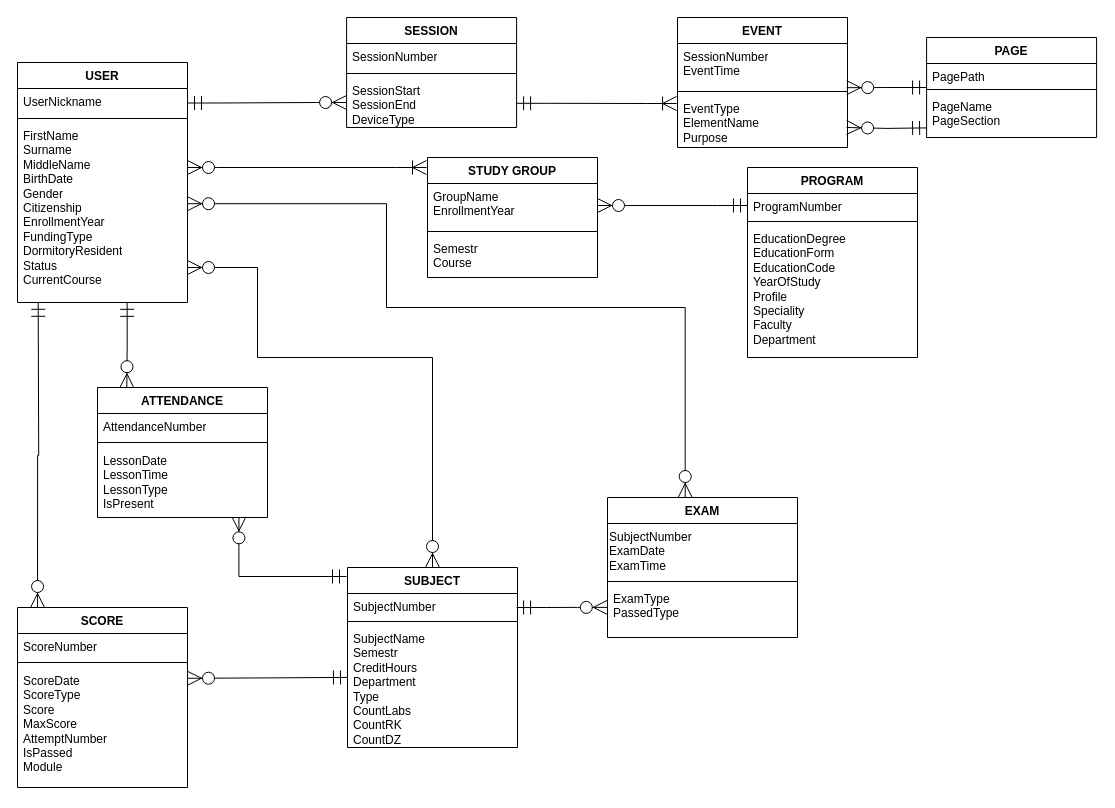
The draw.io diagram er_model.drawio in fedkit/Edu_Analytics_System, before the edit. Source tidied: cells renumbered, new cells numbered last; positions are measured from the earlier drawing's top-left corner, leaving out a move shared by most shapes. Both pictures are drawn from the tidied source at 100%, with x=0, y=0 at pixel (17, 17).
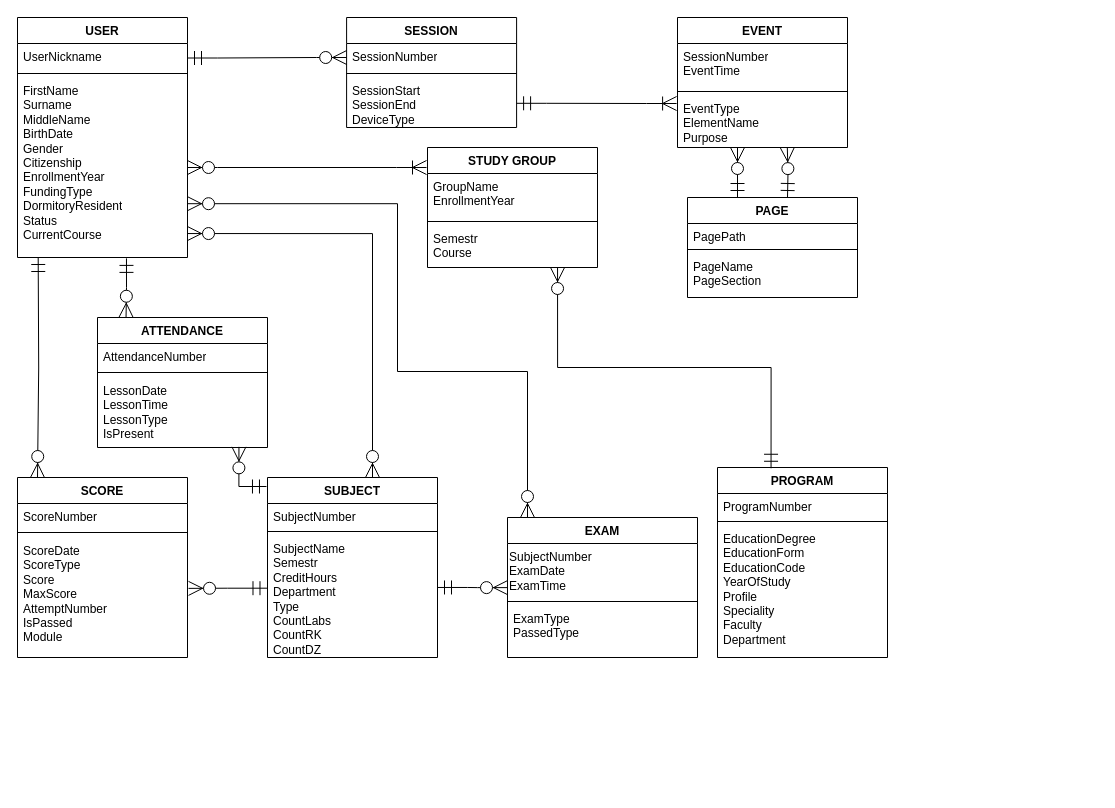
Above is the later version.

Unchanged cells that the change refers to:
```xml
<mxCell id="5" value="&lt;div&gt;FirstName&lt;/div&gt;&lt;div&gt;Surname&lt;/div&gt;&lt;div&gt;MiddleName&lt;/div&gt;&lt;div&gt;BirthDate&lt;/div&gt;&lt;div&gt;Gender&lt;/div&gt;&lt;div&gt;Citizenship&lt;/div&gt;&lt;div&gt;EnrollmentYear&lt;/div&gt;&lt;div&gt;FundingType&lt;/div&gt;&lt;div&gt;DormitoryResident&lt;/div&gt;&lt;div&gt;Status&lt;/div&gt;&lt;div&gt;CurrentCourse&lt;/div&gt;" style="text;strokeColor=none;fillColor=none;align=left;verticalAlign=top;spacingLeft=4;spacingRight=4;overflow=hidden;points=[[0,0.5],[1,0.5]];portConstraint=eastwest;whiteSpace=wrap;html=1;" parent="2" vertex="1">
  <mxGeometry y="60" width="170" height="180" as="geometry" />
</mxCell>
<mxCell id="9" value="SessionStart&lt;div&gt;SessionEnd&lt;/div&gt;&lt;div&gt;DeviceType&lt;/div&gt;&lt;div&gt;&lt;div&gt;&lt;br&gt;&lt;/div&gt;&lt;/div&gt;" style="text;strokeColor=none;fillColor=none;align=left;verticalAlign=top;spacingLeft=4;spacingRight=4;overflow=hidden;points=[[0,0.5],[1,0.5]];portConstraint=eastwest;whiteSpace=wrap;html=1;" parent="6" vertex="1">
  <mxGeometry y="60" width="170" height="50" as="geometry" />
</mxCell>
<mxCell id="13" value="&lt;div&gt;&lt;span style=&quot;background-color: transparent; color: light-dark(rgb(0, 0, 0), rgb(255, 255, 255));&quot;&gt;EventType&lt;/span&gt;&lt;/div&gt;&lt;div&gt;ElementName&lt;/div&gt;&lt;div&gt;Purpose&lt;/div&gt;&lt;div&gt;&lt;br&gt;&lt;/div&gt;" style="text;strokeColor=none;fillColor=none;align=left;verticalAlign=top;spacingLeft=4;spacingRight=4;overflow=hidden;points=[[0,0.5],[1,0.5]];portConstraint=eastwest;whiteSpace=wrap;html=1;" parent="10" vertex="1">
  <mxGeometry y="78" width="170" height="52" as="geometry" />
</mxCell>
<mxCell id="19" value="GroupName&lt;div&gt;&lt;div&gt;EnrollmentYear&lt;/div&gt;&lt;/div&gt;&lt;div&gt;&lt;br&gt;&lt;/div&gt;" style="text;strokeColor=none;fillColor=none;align=left;verticalAlign=top;spacingLeft=4;spacingRight=4;overflow=hidden;points=[[0,0.5],[1,0.5]];portConstraint=eastwest;whiteSpace=wrap;html=1;" parent="18" vertex="1">
  <mxGeometry y="26" width="170" height="44" as="geometry" />
</mxCell>
<mxCell id="21" value="&lt;div&gt;&lt;span style=&quot;background-color: transparent; color: light-dark(rgb(0, 0, 0), rgb(255, 255, 255));&quot;&gt;Semestr&lt;/span&gt;&lt;/div&gt;&lt;div&gt;Course&lt;span style=&quot;background-color: transparent; color: light-dark(rgb(0, 0, 0), rgb(255, 255, 255));&quot;&gt;&lt;/span&gt;&lt;/div&gt;" style="text;strokeColor=none;fillColor=none;align=left;verticalAlign=top;spacingLeft=4;spacingRight=4;overflow=hidden;points=[[0,0.5],[1,0.5]];portConstraint=eastwest;whiteSpace=wrap;html=1;" parent="18" vertex="1">
  <mxGeometry y="78" width="170" height="42" as="geometry" />
</mxCell>
<mxCell id="25" value="&lt;div&gt;SubjectName&lt;/div&gt;&lt;div&gt;Semestr&lt;/div&gt;&lt;div&gt;CreditHours&lt;/div&gt;&lt;div&gt;&lt;span style=&quot;white-space-collapse: preserve;&quot;&gt;Department&lt;/span&gt;&lt;/div&gt;&lt;div&gt;&lt;span style=&quot;white-space-collapse: preserve;&quot;&gt;Type&lt;/span&gt;&lt;/div&gt;&lt;div&gt;&lt;span style=&quot;white-space-collapse: preserve;&quot;&gt;CountLabs&lt;/span&gt;&lt;/div&gt;&lt;div&gt;&lt;span style=&quot;white-space-collapse: preserve;&quot;&gt;CountRK&lt;/span&gt;&lt;/div&gt;&lt;div&gt;&lt;span style=&quot;white-space-collapse: preserve;&quot;&gt;CountDZ&lt;/span&gt;&lt;/div&gt;" style="text;strokeColor=none;fillColor=none;align=left;verticalAlign=top;spacingLeft=4;spacingRight=4;overflow=hidden;points=[[0,0.5],[1,0.5]];portConstraint=eastwest;whiteSpace=wrap;html=1;" parent="22" vertex="1">
  <mxGeometry y="58" width="170" height="122" as="geometry" />
</mxCell>
<mxCell id="39" value="ProgramNumber" style="text;strokeColor=none;fillColor=none;align=left;verticalAlign=top;spacingLeft=4;spacingRight=4;overflow=hidden;points=[[0,0.5],[1,0.5]];portConstraint=eastwest;whiteSpace=wrap;html=1;" parent="38" vertex="1">
  <mxGeometry y="26" width="170" height="24" as="geometry" />
</mxCell>
<mxCell id="44" value="SubjectNumber&lt;div&gt;ExamDate&lt;/div&gt;&lt;div&gt;ExamTime&lt;/div&gt;" style="text;whiteSpace=wrap;html=1;" parent="43" vertex="1">
  <mxGeometry y="26" width="190" height="54" as="geometry" />
</mxCell>
<mxCell id="46" value="ExamType&lt;div&gt;PassedType&lt;/div&gt;" style="text;strokeColor=none;fillColor=none;align=left;verticalAlign=top;spacingLeft=4;spacingRight=4;overflow=hidden;points=[[0,0.5],[1,0.5]];portConstraint=eastwest;whiteSpace=wrap;html=1;" parent="43" vertex="1">
  <mxGeometry y="88" width="190" height="52" as="geometry" />
</mxCell>
<mxCell id="52" value="&lt;div&gt;&lt;span style=&quot;background-color: transparent; color: light-dark(rgb(0, 0, 0), rgb(255, 255, 255));&quot;&gt;ScoreDate&lt;/span&gt;&lt;/div&gt;&lt;div&gt;ScoreType&lt;/div&gt;&lt;div&gt;Score&lt;/div&gt;&lt;div&gt;MaxScore&lt;/div&gt;&lt;div&gt;AttemptNumber&lt;/div&gt;&lt;div&gt;IsPassed&lt;/div&gt;&lt;div&gt;Module&lt;/div&gt;" style="text;strokeColor=none;fillColor=none;align=left;verticalAlign=top;spacingLeft=4;spacingRight=4;overflow=hidden;points=[[0,0.5],[1,0.5]];portConstraint=eastwest;whiteSpace=wrap;html=1;" parent="49" vertex="1">
  <mxGeometry y="60" width="170" height="120" as="geometry" />
</mxCell>
```

What changed in the source:
```diff
@@
     <mxCell id="2" value="USER" style="swimlane;fontStyle=1;align=center;verticalAlign=top;horizontal=1;startSize=26;whiteSpace=wrap;html=1;" parent="1" vertex="1">
-      <mxGeometry y="45" width="170" height="240" as="geometry" />
+      <mxGeometry width="170" height="240" as="geometry" />
     </mxCell>
@@
     <mxCell id="14" value="PAGE" style="swimlane;fontStyle=1;align=center;verticalAlign=top;horizontal=1;startSize=26;whiteSpace=wrap;html=1;" parent="1" vertex="1">
-      <mxGeometry x="909.1" y="20" width="170" height="100" as="geometry" />
+      <mxGeometry x="670" y="180" width="170" height="100" as="geometry" />
     </mxCell>
@@
     <mxCell id="18" value="STUDY GROUP" style="swimlane;fontStyle=1;align=center;verticalAlign=top;horizontal=1;startSize=26;whiteSpace=wrap;html=1;" parent="1" vertex="1">
-      <mxGeometry x="410" y="140" width="170" height="120" as="geometry" />
+      <mxGeometry x="410" y="130" width="170" height="120" as="geometry" />
     </mxCell>
@@
     <mxCell id="22" value="SUBJECT" style="swimlane;fontStyle=1;align=center;verticalAlign=top;horizontal=1;startSize=26;whiteSpace=wrap;html=1;" parent="1" vertex="1">
-      <mxGeometry x="330" y="550" width="170" height="180" as="geometry" />
+      <mxGeometry x="250" y="460" width="170" height="180" as="geometry" />
     </mxCell>
@@
     <mxCell id="26" value="ATTENDANCE" style="swimlane;fontStyle=1;align=center;verticalAlign=top;horizontal=1;startSize=26;whiteSpace=wrap;html=1;" parent="1" vertex="1">
-      <mxGeometry x="80" y="370" width="170" height="130" as="geometry" />
+      <mxGeometry x="80" y="300" width="170" height="130" as="geometry" />
     </mxCell>
@@
-    <mxCell id="30" style="edgeStyle=entityRelationEdgeStyle;fontSize=12;html=1;endArrow=ERzeroToMany;startArrow=ERmandOne;rounded=0;entryX=0;entryY=0.5;entryDx=0;entryDy=0;spacingTop=2;labelPosition=center;verticalLabelPosition=top;align=center;verticalAlign=bottom;startSize=12;endSize=12;exitX=1.005;exitY=0.225;exitDx=0;exitDy=0;exitPerimeter=0;" parent="1" edge="1" target="9">
+    <mxCell id="30" style="edgeStyle=entityRelationEdgeStyle;fontSize=12;html=1;endArrow=ERzeroToMany;startArrow=ERmandOne;rounded=0;entryX=0;entryY=0.5;entryDx=0;entryDy=0;spacingTop=2;labelPosition=center;verticalLabelPosition=top;align=center;verticalAlign=bottom;startSize=12;endSize=12;exitX=1.005;exitY=0.225;exitDx=0;exitDy=0;exitPerimeter=0;" parent="1" edge="1">
       <mxGeometry relative="1" as="geometry">
-        <mxPoint x="170" y="85.5" as="sourcePoint" />
+        <mxPoint x="170" y="40.5" as="sourcePoint" />
+        <mxPoint x="329.2" y="40" as="targetPoint" />
       </mxGeometry>
     </mxCell>
-    <mxCell id="31" style="edgeStyle=orthogonalEdgeStyle;fontSize=12;html=1;endArrow=ERzeroToMany;startArrow=ERmandOne;rounded=0;entryX=1.012;entryY=0.851;entryDx=0;entryDy=0;startSize=12;endSize=12;entryPerimeter=0;sourcePerimeterSpacing=12;exitX=0;exitY=0.5;exitDx=0;exitDy=0;" parent="1" edge="1" source="14">
+    <mxCell id="31" style="edgeStyle=orthogonalEdgeStyle;fontSize=12;html=1;endArrow=ERzeroToMany;startArrow=ERmandOne;rounded=0;startSize=12;endSize=12;sourcePerimeterSpacing=12;entryX=0.118;entryY=1;entryDx=0;entryDy=0;entryPerimeter=0;" parent="1" edge="1">
       <mxGeometry relative="1" as="geometry">
-        <mxPoint x="829.2" y="70.2" as="targetPoint" />
+        <mxPoint x="720" y="180" as="sourcePoint" />
+        <mxPoint x="720" y="130" as="targetPoint" />
       </mxGeometry>
     </mxCell>
-    <mxCell id="32" style="edgeStyle=orthogonalEdgeStyle;fontSize=12;html=1;endArrow=ERzeroToMany;startArrow=ERmandOne;rounded=0;startSize=12;endSize=12;sourcePerimeterSpacing=12;exitX=0.645;exitY=0.999;exitDx=0;exitDy=0;exitPerimeter=0;entryX=0.406;entryY=0;entryDx=0;entryDy=0;entryPerimeter=0;" parent="1" edge="1" source="5">
-      <mxGeometry relative="1" as="geometry">
-        <mxPoint x="109.3" y="370.2" as="targetPoint" />
-      </mxGeometry>
-    </mxCell>
@@
-    <mxCell id="34" style="edgeStyle=orthogonalEdgeStyle;fontSize=12;html=1;endArrow=ERzeroToMany;endFill=1;startArrow=ERzeroToMany;rounded=0;exitX=0.5;exitY=0;exitDx=0;exitDy=0;startSize=12;endSize=12;" parent="1" edge="1" source="22">
+    <mxCell id="34" style="edgeStyle=orthogonalEdgeStyle;fontSize=12;html=1;endArrow=ERzeroToMany;endFill=1;startArrow=ERzeroToMany;rounded=0;startSize=12;endSize=12;entryX=1;entryY=0.867;entryDx=0;entryDy=0;entryPerimeter=0;" parent="1" edge="1" target="5">
       <mxGeometry relative="1" as="geometry">
-        <mxPoint x="170" y="250" as="targetPoint" />
+        <mxPoint x="355" y="460" as="sourcePoint" />
         <Array as="points">
-          <mxPoint x="415" y="340" />
-          <mxPoint x="240" y="340" />
-          <mxPoint x="240" y="250" />
+          <mxPoint x="355" y="216" />
         </Array>
       </mxGeometry>
     </mxCell>
-    <mxCell id="35" style="edgeStyle=entityRelationEdgeStyle;fontSize=12;html=1;endArrow=ERzeroToMany;startArrow=ERmandOne;rounded=0;entryX=-0.001;entryY=0.421;entryDx=0;entryDy=0;spacingTop=2;labelPosition=center;verticalLabelPosition=top;align=center;verticalAlign=bottom;startSize=12;endSize=12;entryPerimeter=0;" parent="1" edge="1" target="46">
-      <mxGeometry relative="1" as="geometry">
-        <mxPoint x="499.1" y="590" as="sourcePoint" />
-      </mxGeometry>
+    <mxCell id="35" style="edgeStyle=entityRelationEdgeStyle;fontSize=12;html=1;endArrow=ERzeroToMany;startArrow=ERmandOne;rounded=0;spacingTop=2;labelPosition=center;verticalLabelPosition=top;align=center;verticalAlign=bottom;startSize=12;endSize=12;exitX=1;exitY=0.426;exitDx=0;exitDy=0;exitPerimeter=0;entryX=0;entryY=0.817;entryDx=0;entryDy=0;entryPerimeter=0;" parent="1" edge="1" source="25" target="44">
+      <mxGeometry relative="1" as="geometry" />
     </mxCell>
@@
-    <mxCell id="37" style="edgeStyle=orthogonalEdgeStyle;fontSize=12;html=1;endArrow=ERzeroToMany;startArrow=ERmandOne;rounded=0;startSize=12;endSize=12;sourcePerimeterSpacing=12;exitX=-0.004;exitY=0.533;exitDx=0;exitDy=0;exitPerimeter=0;" parent="1" edge="1">
+    <mxCell id="37" style="edgeStyle=orthogonalEdgeStyle;fontSize=12;html=1;endArrow=ERzeroToMany;startArrow=ERmandOne;rounded=0;startSize=12;endSize=12;sourcePerimeterSpacing=12;entryX=0.646;entryY=1.002;entryDx=0;entryDy=0;entryPerimeter=0;" parent="1" edge="1" target="13">
       <mxGeometry relative="1" as="geometry">
-        <mxPoint x="909.1" y="110.4" as="sourcePoint" />
-        <mxPoint x="829.1" y="110" as="targetPoint" />
+        <mxPoint x="770" y="180" as="sourcePoint" />
       </mxGeometry>
     </mxCell>
     <mxCell id="38" value="PROGRAM" style="swimlane;fontStyle=1;align=center;verticalAlign=top;horizontal=1;startSize=26;whiteSpace=wrap;html=1;" parent="1" vertex="1">
-      <mxGeometry x="730" y="150" width="170" height="190" as="geometry" />
+      <mxGeometry x="700" y="450" width="170" height="190" as="geometry" />
     </mxCell>
@@
-    <mxCell id="42" style="edgeStyle=entityRelationEdgeStyle;fontSize=12;html=1;endArrow=ERzeroToMany;startArrow=ERmandOne;rounded=0;spacingTop=2;labelPosition=center;verticalLabelPosition=top;align=center;verticalAlign=bottom;startSize=12;endSize=12;entryX=1;entryY=0.5;entryDx=0;entryDy=0;targetPerimeterSpacing=0;sourcePerimeterSpacing=8;exitX=0;exitY=0.5;exitDx=0;exitDy=0;" parent="1" edge="1" source="39" target="19">
+    <mxCell id="42" style="edgeStyle=orthogonalEdgeStyle;fontSize=12;html=1;endArrow=ERzeroToMany;startArrow=ERmandOne;rounded=0;spacingTop=2;labelPosition=center;verticalLabelPosition=top;align=center;verticalAlign=bottom;startSize=12;endSize=12;targetPerimeterSpacing=0;sourcePerimeterSpacing=8;exitX=0.315;exitY=0.004;exitDx=0;exitDy=0;exitPerimeter=0;entryX=0.765;entryY=1;entryDx=0;entryDy=0;entryPerimeter=0;" parent="1" edge="1" source="38" target="21">
       <mxGeometry relative="1" as="geometry" />
     </mxCell>
     <mxCell id="43" value="EXAM" style="swimlane;fontStyle=1;align=center;verticalAlign=top;horizontal=1;startSize=26;whiteSpace=wrap;html=1;" parent="1" vertex="1">
-      <mxGeometry x="590" y="480" width="190" height="140" as="geometry" />
+      <mxGeometry x="490" y="500" width="190" height="140" as="geometry" />
     </mxCell>
@@
-    <mxCell id="48" style="edgeStyle=orthogonalEdgeStyle;fontSize=12;html=1;endArrow=ERzeroToMany;endFill=1;startArrow=ERzeroToMany;rounded=0;exitX=0.409;exitY=0.027;exitDx=0;exitDy=0;startSize=12;endSize=12;exitPerimeter=0;" parent="1" edge="1">
+    <mxCell id="48" style="edgeStyle=orthogonalEdgeStyle;fontSize=12;html=1;endArrow=ERzeroToMany;endFill=1;startArrow=ERzeroToMany;rounded=0;startSize=12;endSize=12;" parent="1" edge="1">
       <mxGeometry relative="1" as="geometry">
-        <mxPoint x="667.7" y="480" as="sourcePoint" />
+        <mxPoint x="510" y="500" as="sourcePoint" />
         <mxPoint x="170" y="186.2" as="targetPoint" />
         <Array as="points">
-          <mxPoint x="668" y="290" />
-          <mxPoint x="369" y="290" />
-          <mxPoint x="369" y="186" />
+          <mxPoint x="510" y="354" />
+          <mxPoint x="380" y="354" />
+          <mxPoint x="380" y="186" />
         </Array>
       </mxGeometry>
     </mxCell>
     <mxCell id="49" value="SCORE" style="swimlane;fontStyle=1;align=center;verticalAlign=top;horizontal=1;startSize=26;whiteSpace=wrap;html=1;" parent="1" vertex="1">
-      <mxGeometry y="590" width="170" height="180" as="geometry" />
+      <mxGeometry y="460" width="170" height="180" as="geometry" />
     </mxCell>
@@
-    <mxCell id="53" style="edgeStyle=orthogonalEdgeStyle;fontSize=12;html=1;endArrow=ERzeroToMany;startArrow=ERmandOne;rounded=0;startSize=12;endSize=12;sourcePerimeterSpacing=12;exitX=0.645;exitY=0.999;exitDx=0;exitDy=0;exitPerimeter=0;entryX=0.118;entryY=0;entryDx=0;entryDy=0;entryPerimeter=0;" parent="1" edge="1" target="49">
+    <mxCell id="53" style="edgeStyle=orthogonalEdgeStyle;fontSize=12;html=1;endArrow=ERzeroToMany;startArrow=ERmandOne;rounded=0;startSize=12;endSize=12;sourcePerimeterSpacing=12;exitX=0.645;exitY=0.999;exitDx=0;exitDy=0;exitPerimeter=0;" parent="1" edge="1">
       <mxGeometry relative="1" as="geometry">
-        <mxPoint x="20.7" y="284.8" as="sourcePoint" />
+        <mxPoint x="20.7" y="240" as="sourcePoint" />
+        <mxPoint x="20" y="460" as="targetPoint" />
       </mxGeometry>
     </mxCell>
-    <mxCell id="54" style="edgeStyle=orthogonalEdgeStyle;fontSize=12;html=1;endArrow=ERzeroToMany;startArrow=ERmandOne;rounded=0;startSize=12;endSize=12;sourcePerimeterSpacing=12;exitX=-0.006;exitY=0.37;exitDx=0;exitDy=0;exitPerimeter=0;entryX=1;entryY=0.09;entryDx=0;entryDy=0;entryPerimeter=0;" parent="1" edge="1" target="52">
-      <mxGeometry relative="1" as="geometry">
-        <mxPoint x="330" y="659.9" as="sourcePoint" />
-      </mxGeometry>
+    <mxCell id="54" style="edgeStyle=orthogonalEdgeStyle;fontSize=12;html=1;endArrow=ERzeroToMany;startArrow=ERmandOne;rounded=0;startSize=12;endSize=12;sourcePerimeterSpacing=12;entryX=1.006;entryY=0.424;entryDx=0;entryDy=0;entryPerimeter=0;exitX=-0.003;exitY=0.432;exitDx=0;exitDy=0;exitPerimeter=0;" parent="1" edge="1" source="25" target="52">
+      <mxGeometry relative="1" as="geometry" />
     </mxCell>
+    <mxCell id="32" style="edgeStyle=orthogonalEdgeStyle;fontSize=12;html=1;endArrow=ERzeroToMany;startArrow=ERmandOne;rounded=0;startSize=12;endSize=12;sourcePerimeterSpacing=12;exitX=0.641;exitY=1.005;exitDx=0;exitDy=0;exitPerimeter=0;entryX=0.168;entryY=-0.002;entryDx=0;entryDy=0;entryPerimeter=0;" parent="1" edge="1" source="5" target="26">
+      <mxGeometry relative="1" as="geometry" />
+    </mxCell>
```
